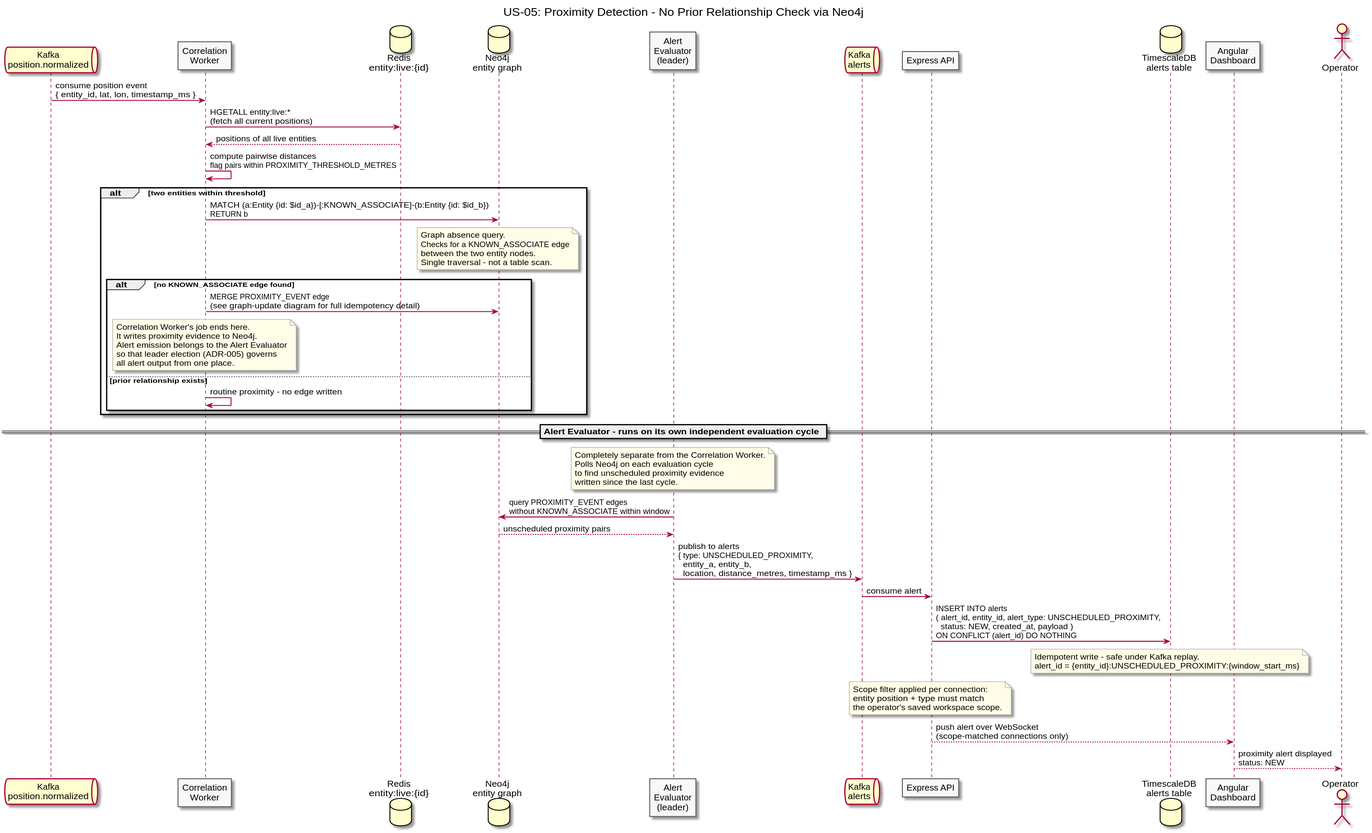
Before: diagrams/docs/use-cases/US-05-unscheduled-proximity/proximity-detection.svg, a diagram exported from PlantUML (Buffden/sentinel).
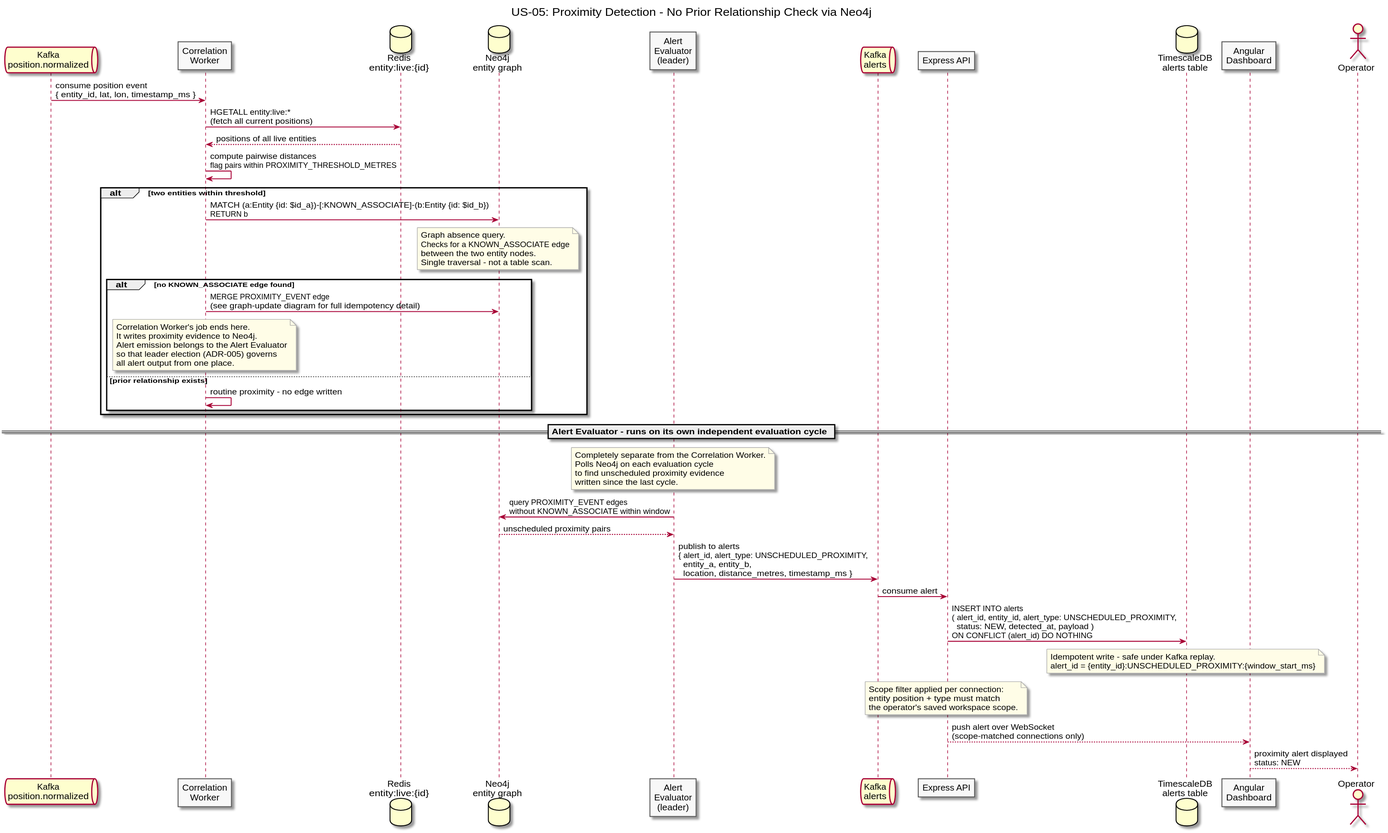
After the change.

Diff of the diagram source:
```diff
@@ -61,10 +61,10 @@
 
 Evaluator -> Neo4j : query PROXIMITY_EVENT edges\nwithout KNOWN_ASSOCIATE within window
 Neo4j --> Evaluator : unscheduled proximity pairs
-Evaluator -> Alerts : publish to alerts\n{ type: UNSCHEDULED_PROXIMITY,\n  entity_a, entity_b,\n  location, distance_metres, timestamp_ms }
+Evaluator -> Alerts : publish to alerts\n{ alert_id, alert_type: UNSCHEDULED_PROXIMITY,\n  entity_a, entity_b,\n  location, distance_metres, timestamp_ms }
 
 Alerts -> API : consume alert
-API -> TSDB : INSERT INTO alerts\n( alert_id, entity_id, alert_type: UNSCHEDULED_PROXIMITY,\n  status: NEW, created_at, payload )\nON CONFLICT (alert_id) DO NOTHING
+API -> TSDB : INSERT INTO alerts\n( alert_id, entity_id, alert_type: UNSCHEDULED_PROXIMITY,\n  status: NEW, detected_at, payload )\nON CONFLICT (alert_id) DO NOTHING
 
 note over TSDB
   Idempotent write - safe under Kafka replay.
```
